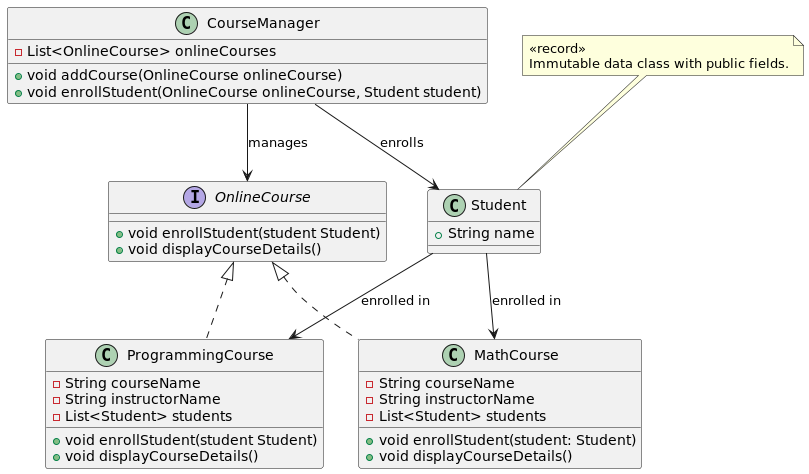
Earlier version of the PlantUML export ClassDiagram.png (StudentsOnly/47-java-online-courses).
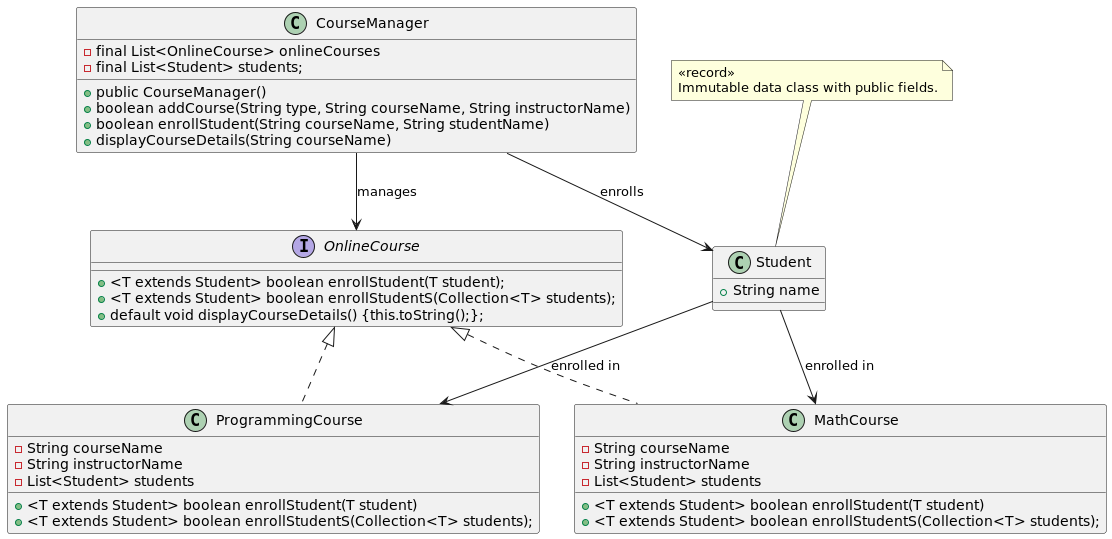
The same diagram one commit later.

Commit message:
application including ClassDiagram PUML PNG

Diff of the diagram source:
```diff
@@ -1,7 +1,8 @@
 @startuml
 interface OnlineCourse {
-    + void enrollStudent(student Student)
-    + void displayCourseDetails()
+        + <T extends Student> boolean enrollStudent(T student);
+        + <T extends Student> boolean enrollStudentS(Collection<T> students);
+        + default void displayCourseDetails() {this.toString();};
 }
 
 class Student {
@@ -17,22 +18,25 @@
     - String courseName
     - String instructorName
     - List<Student> students
-    + void enrollStudent(student Student)
-    + void displayCourseDetails()
+    + <T extends Student> boolean enrollStudent(T student)
+    + <T extends Student> boolean enrollStudentS(Collection<T> students);
 }
 
 class MathCourse implements OnlineCourse {
     - String courseName
     - String instructorName
     - List<Student> students
-    + void enrollStudent(student: Student)
-    + void displayCourseDetails()
+    + <T extends Student> boolean enrollStudent(T student)
+    + <T extends Student> boolean enrollStudentS(Collection<T> students);
 }
 
 class CourseManager {
-    - List<OnlineCourse> onlineCourses
-    + void addCourse(OnlineCourse onlineCourse)
-    + void enrollStudent(OnlineCourse onlineCourse, Student student)
+    - final List<OnlineCourse> onlineCourses
+    - final List<Student> students;
+    + public CourseManager()
+    + boolean addCourse(String type, String courseName, String instructorName)
+    + boolean enrollStudent(String courseName, String studentName)
+    + displayCourseDetails(String courseName)
 }
 
 Student --> ProgrammingCourse : enrolled in
```
